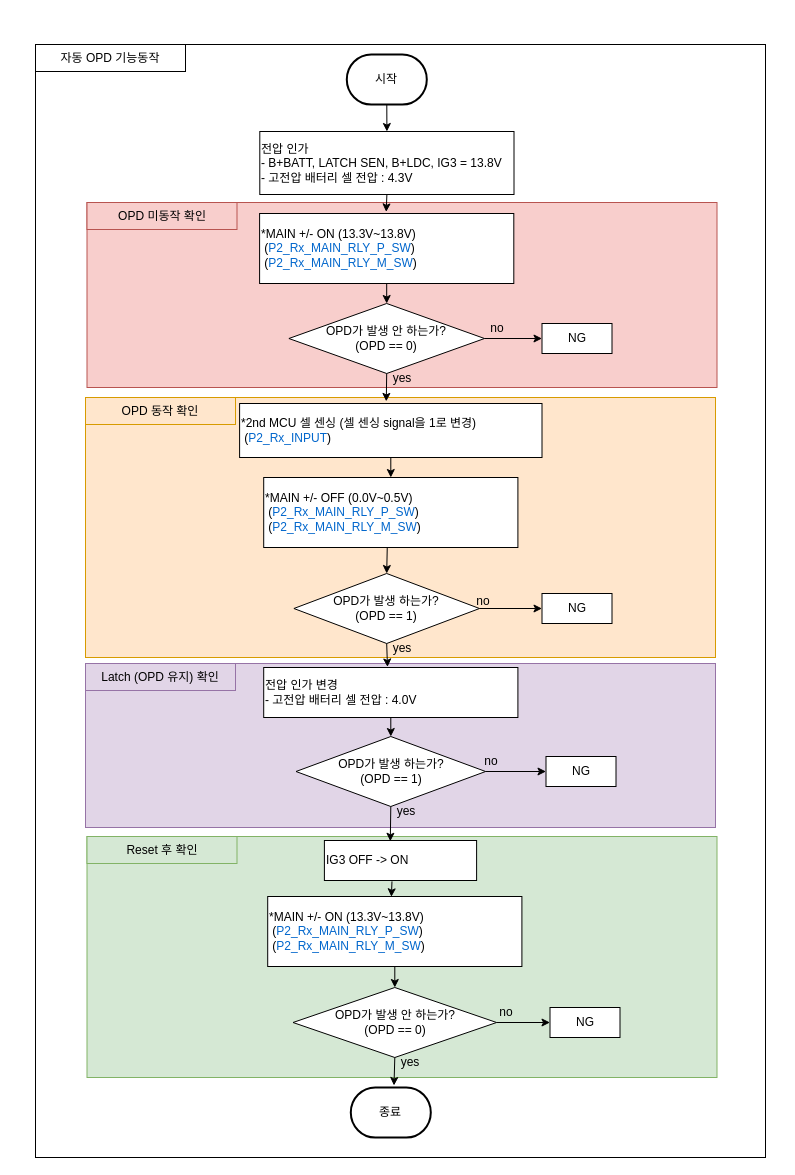
The draw.io diagram OPD 기능동작.drawio in chaeyoonl/state-transition-diagram-test, before the edit. Source tidied: cells renumbered, new cells numbered last; positions are measured from the earlier drawing's top-left corner, leaving out a move shared by most shapes. Both pictures are drawn from the tidied source at 100%, with x=0, y=0 at pixel (35, 44).
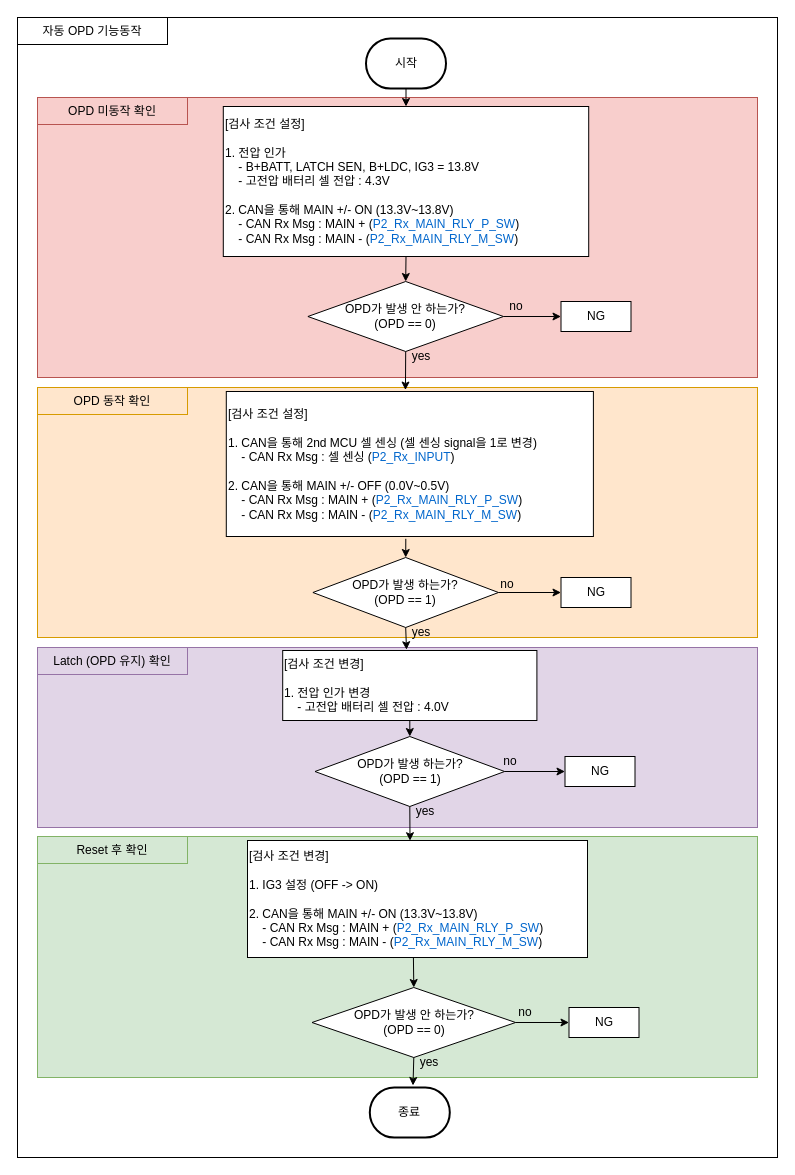
Above is the later version.

Commit message:
OPD 기능동작.drawio 업데이트

Diff of the diagram source:
```diff
@@
     <mxCell id="2" style="rounded=0;whiteSpace=wrap;html=1;align=left;" parent="1" vertex="1">
-      <mxGeometry width="730" height="1113" as="geometry" />
+      <mxGeometry x="-18" y="-27" width="760" height="1140" as="geometry" />
     </mxCell>
     <mxCell id="3" value="자동 OPD 기능동작" style="rounded=0;whiteSpace=wrap;html=1;align=center;" parent="1" vertex="1">
-      <mxGeometry width="150" height="27" as="geometry" />
+      <mxGeometry x="-18" y="-27" width="150" height="27" as="geometry" />
     </mxCell>
     <mxCell id="4" style="rounded=0;whiteSpace=wrap;html=1;align=left;fillColor=#ffe6cc;strokeColor=#d79b00;" parent="1" vertex="1">
-      <mxGeometry x="50" y="353" width="630" height="260" as="geometry" />
+      <mxGeometry x="2" y="343" width="720" height="250" as="geometry" />
     </mxCell>
     <mxCell id="5" value="OPD 동작 확인" style="rounded=0;whiteSpace=wrap;html=1;align=center;fillColor=#ffe6cc;strokeColor=#d79b00;" parent="1" vertex="1">
-      <mxGeometry x="50" y="353" width="150" height="27" as="geometry" />
+      <mxGeometry x="2" y="343" width="150" height="27" as="geometry" />
     </mxCell>
     <mxCell id="6" style="rounded=0;whiteSpace=wrap;html=1;align=left;fillColor=#f8cecc;strokeColor=#b85450;" parent="1" vertex="1">
-      <mxGeometry x="51.5" y="158" width="630" height="185" as="geometry" />
+      <mxGeometry x="2" y="53" width="720" height="280" as="geometry" />
     </mxCell>
     <mxCell id="7" value="OPD 미동작 확인" style="rounded=0;whiteSpace=wrap;html=1;align=center;fillColor=#f8cecc;strokeColor=#b85450;" parent="1" vertex="1">
-      <mxGeometry x="51.5" y="158" width="150" height="27" as="geometry" />
+      <mxGeometry x="2" y="53" width="150" height="27" as="geometry" />
     </mxCell>
     <mxCell id="8" style="rounded=0;whiteSpace=wrap;html=1;align=left;fillColor=#e1d5e7;strokeColor=#9673a6;" parent="1" vertex="1">
-      <mxGeometry x="50" y="619" width="630" height="164" as="geometry" />
+      <mxGeometry x="2" y="603" width="720" height="180" as="geometry" />
     </mxCell>
     <mxCell id="9" value="Latch (OPD 유지) 확인" style="rounded=0;whiteSpace=wrap;html=1;align=center;fillColor=#e1d5e7;strokeColor=#9673a6;" parent="1" vertex="1">
-      <mxGeometry x="50" y="619" width="150" height="27" as="geometry" />
+      <mxGeometry x="2" y="603" width="150" height="27" as="geometry" />
     </mxCell>
     <mxCell id="10" value="시작" style="strokeWidth=2;html=1;shape=mxgraph.flowchart.terminator;whiteSpace=wrap;" parent="1" vertex="1">
-      <mxGeometry x="311.3" y="10" width="80" height="50" as="geometry" />
+      <mxGeometry x="330.5" y="-6" width="80" height="50" as="geometry" />
     </mxCell>
-    <mxCell id="11" value="전압 인가&lt;br&gt;- B+BATT, LATCH SEN, B+LDC, IG3 = 13.8V&lt;br&gt;- 고전압 배터리 셀 전압 : 4.3V" style="rounded=0;whiteSpace=wrap;html=1;align=left;" parent="1" vertex="1">
-      <mxGeometry x="224.3" y="87" width="254.2" height="63" as="geometry" />
+    <mxCell id="11" value="[검사 조건 설정]&lt;br&gt;&lt;br&gt;1. 전압 인가&lt;br&gt;&amp;nbsp; &amp;nbsp; - B+BATT, LATCH SEN, B+LDC, IG3 = 13.8V&lt;br&gt;&amp;nbsp; &amp;nbsp; - 고전압 배터리 셀 전압 : 4.3V&lt;br&gt;&lt;br&gt;2. CAN을 통해 MAIN +/- ON (13.3V~13.8V)&lt;br style=&quot;border-color: var(--border-color);&quot;&gt;&amp;nbsp; &amp;nbsp; - CAN Rx Msg : MAIN +&amp;nbsp;&lt;span style=&quot;background-color: initial;&quot;&gt;(&lt;/span&gt;&lt;font style=&quot;background-color: initial; border-color: var(--border-color);&quot; color=&quot;#0066cc&quot;&gt;P2_Rx_MAIN_RLY_P_SW&lt;/font&gt;&lt;span style=&quot;background-color: initial;&quot;&gt;)&lt;/span&gt;&lt;br&gt;&amp;nbsp; &amp;nbsp; - CAN Rx Msg : MAIN -&amp;nbsp;&lt;span style=&quot;background-color: initial;&quot;&gt;(&lt;/span&gt;&lt;font style=&quot;background-color: initial; border-color: var(--border-color);&quot; color=&quot;#0066cc&quot;&gt;P2_Rx_MAIN_RLY_M_SW&lt;/font&gt;&lt;span style=&quot;background-color: initial;&quot;&gt;)&lt;/span&gt;" style="rounded=0;whiteSpace=wrap;html=1;align=left;" parent="1" vertex="1">
+      <mxGeometry x="187.8" y="62" width="365.4" height="150" as="geometry" />
     </mxCell>
@@
-    <mxCell id="13" style="endArrow=classic;html=1;rounded=0;exitX=0.5;exitY=1;exitDx=0;exitDy=0;entryX=0.498;entryY=-0.023;entryDx=0;entryDy=0;entryPerimeter=0;" parent="1" edge="1" source="11" target="14">
-      <mxGeometry relative="1" as="geometry" />
-    </mxCell>
-    <mxCell id="14" value="*MAIN +/- ON (13.3V~13.8V)&lt;br&gt;&lt;div&gt;&amp;nbsp;(&lt;font color=&quot;#0066cc&quot;&gt;P2_Rx_MAIN_RLY_P_SW&lt;/font&gt;)&lt;/div&gt;&lt;div&gt;&lt;span style=&quot;font-size: 12px;&quot;&gt;&amp;nbsp;(&lt;font color=&quot;#0066cc&quot;&gt;P2_Rx_MAIN_RLY_M_SW&lt;/font&gt;)&lt;/span&gt;&lt;/div&gt;" style="rounded=0;whiteSpace=wrap;html=1;align=left;" parent="1" vertex="1">
-      <mxGeometry x="224.1" y="169" width="254.2" height="70" as="geometry" />
-    </mxCell>
     <mxCell id="15" value="OPD가 발생 안 하는가?&lt;br&gt;(OPD == 0)" style="rhombus;whiteSpace=wrap;html=1;" parent="1" vertex="1">
-      <mxGeometry x="253.4" y="259" width="195.6" height="70" as="geometry" />
+      <mxGeometry x="272.4" y="237" width="195.6" height="70" as="geometry" />
     </mxCell>
     <mxCell id="16" value="NG" style="rounded=0;whiteSpace=wrap;html=1;align=center;" parent="1" vertex="1">
-      <mxGeometry x="506.5" y="279" width="70" height="30" as="geometry" />
+      <mxGeometry x="525.5" y="257" width="70" height="30" as="geometry" />
     </mxCell>
-    <mxCell id="17" value="*2nd MCU 셀 센싱 (셀 센싱 signal을 1로 변경)&lt;br&gt;&amp;nbsp;(&lt;font color=&quot;#0066cc&quot;&gt;P2_Rx_INPUT&lt;/font&gt;)" style="rounded=0;whiteSpace=wrap;html=1;align=left;" parent="1" vertex="1">
-      <mxGeometry x="204.1" y="359" width="302.4" height="54" as="geometry" />
+    <mxCell id="17" value="[검사 조건 설정]&lt;br&gt;&lt;br&gt;1. CAN을 통해 2nd MCU 셀 센싱 (셀 센싱 signal을 1로 변경)&lt;br&gt;&amp;nbsp; &amp;nbsp; - CAN Rx Msg : 셀 센싱&amp;nbsp;(&lt;font color=&quot;#0066cc&quot;&gt;P2_Rx_INPUT&lt;/font&gt;)&lt;br&gt;&lt;br&gt;2. CAN을 통해 MAIN +/- OFF (0.0V~0.5V)&lt;br style=&quot;border-color: var(--border-color);&quot;&gt;&amp;nbsp; &amp;nbsp; - CAN Rx Msg : MAIN +&amp;nbsp;&lt;span style=&quot;background-color: initial;&quot;&gt;(&lt;/span&gt;&lt;font style=&quot;background-color: initial; border-color: var(--border-color);&quot; color=&quot;#0066cc&quot;&gt;P2_Rx_MAIN_RLY_P_SW&lt;/font&gt;&lt;span style=&quot;background-color: initial;&quot;&gt;)&lt;/span&gt;&lt;br&gt;&amp;nbsp; &amp;nbsp; - CAN Rx Msg : MAIN -&amp;nbsp;&lt;span style=&quot;background-color: initial;&quot;&gt;(&lt;/span&gt;&lt;font style=&quot;background-color: initial; border-color: var(--border-color);&quot; color=&quot;#0066cc&quot;&gt;P2_Rx_MAIN_RLY_M_SW&lt;/font&gt;&lt;span style=&quot;background-color: initial;&quot;&gt;)&lt;/span&gt;" style="rounded=0;whiteSpace=wrap;html=1;align=left;" parent="1" vertex="1">
+      <mxGeometry x="190.8" y="347" width="367.1" height="145" as="geometry" />
     </mxCell>
-    <mxCell id="18" style="endArrow=classic;html=1;rounded=0;exitX=0.5;exitY=1;exitDx=0;exitDy=0;entryX=0.5;entryY=0;entryDx=0;entryDy=0;" parent="1" edge="1" source="14" target="15">
+    <mxCell id="18" style="endArrow=classic;html=1;rounded=0;exitX=0.5;exitY=1;exitDx=0;exitDy=0;entryX=0.5;entryY=0;entryDx=0;entryDy=0;" parent="1" edge="1" source="11" target="15">
       <mxGeometry relative="1" as="geometry" />
     </mxCell>
@@
-    <mxCell id="20" style="endArrow=classic;html=1;rounded=0;exitX=0.5;exitY=1;exitDx=0;exitDy=0;entryX=0.485;entryY=-0.039;entryDx=0;entryDy=0;entryPerimeter=0;" parent="1" edge="1" source="15" target="17">
+    <mxCell id="20" style="endArrow=classic;html=1;rounded=0;exitX=0.5;exitY=1;exitDx=0;exitDy=0;entryX=0.488;entryY=-0.01;entryDx=0;entryDy=0;entryPerimeter=0;" parent="1" edge="1" source="15" target="17">
       <mxGeometry relative="1" as="geometry" />
     </mxCell>
     <mxCell id="21" value="no" style="text;html=1;strokeColor=none;fillColor=none;align=center;verticalAlign=middle;whiteSpace=wrap;rounded=0;" parent="1" vertex="1">
-      <mxGeometry x="432" y="269" width="60" height="30" as="geometry" />
+      <mxGeometry x="451" y="247" width="60" height="30" as="geometry" />
     </mxCell>
     <mxCell id="22" value="yes" style="text;html=1;strokeColor=none;fillColor=none;align=center;verticalAlign=middle;whiteSpace=wrap;rounded=0;fontStyle=0;" parent="1" vertex="1">
-      <mxGeometry x="336.5" y="319" width="60" height="30" as="geometry" />
+      <mxGeometry x="355.5" y="297" width="60" height="30" as="geometry" />
     </mxCell>
-    <mxCell id="23" value="*MAIN +/- OFF (0.0V~0.5V)&lt;br&gt;&lt;div&gt;&amp;nbsp;(&lt;font color=&quot;#0066cc&quot;&gt;P2_Rx_MAIN_RLY_P_SW&lt;/font&gt;)&lt;/div&gt;&lt;div&gt;&lt;span style=&quot;font-size: 12px;&quot;&gt;&amp;nbsp;(&lt;font color=&quot;#0066cc&quot;&gt;P2_Rx_MAIN_RLY_M_SW&lt;/font&gt;)&lt;/span&gt;&lt;/div&gt;" style="rounded=0;whiteSpace=wrap;html=1;align=left;" parent="1" vertex="1">
-      <mxGeometry x="228.2" y="433" width="254.2" height="70" as="geometry" />
-    </mxCell>
     <mxCell id="24" value="OPD가 발생 하는가?&lt;br&gt;(OPD == 1)" style="rhombus;whiteSpace=wrap;html=1;" parent="1" vertex="1">
-      <mxGeometry x="258.4" y="529" width="185.6" height="70" as="geometry" />
+      <mxGeometry x="277.4" y="513" width="185.6" height="70" as="geometry" />
     </mxCell>
     <mxCell id="25" value="NG" style="rounded=0;whiteSpace=wrap;html=1;align=center;" parent="1" vertex="1">
-      <mxGeometry x="506.5" y="549" width="70" height="30" as="geometry" />
+      <mxGeometry x="525.5" y="533" width="70" height="30" as="geometry" />
     </mxCell>
@@
     <mxCell id="28" value="no" style="text;html=1;strokeColor=none;fillColor=none;align=center;verticalAlign=middle;whiteSpace=wrap;rounded=0;" parent="1" vertex="1">
-      <mxGeometry x="417.6" y="541.5" width="60" height="30" as="geometry" />
+      <mxGeometry x="441.6" y="524.5" width="60" height="30" as="geometry" />
     </mxCell>
     <mxCell id="29" value="yes" style="text;html=1;strokeColor=none;fillColor=none;align=center;verticalAlign=middle;whiteSpace=wrap;rounded=0;fontStyle=0;" parent="1" vertex="1">
-      <mxGeometry x="336.5" y="589" width="60" height="30" as="geometry" />
+      <mxGeometry x="355.5" y="573" width="60" height="30" as="geometry" />
     </mxCell>
-    <mxCell id="30" style="endArrow=classic;html=1;rounded=0;exitX=0.5;exitY=1;exitDx=0;exitDy=0;entryX=0.5;entryY=0;entryDx=0;entryDy=0;" parent="1" edge="1" source="17" target="23">
-      <mxGeometry relative="1" as="geometry" />
-    </mxCell>
-    <mxCell id="31" style="endArrow=classic;html=1;rounded=0;exitX=0.486;exitY=1.007;exitDx=0;exitDy=0;entryX=0.5;entryY=0;entryDx=0;entryDy=0;exitPerimeter=0;" parent="1" edge="1" source="23" target="24">
+    <mxCell id="31" style="endArrow=classic;html=1;rounded=0;exitX=0.489;exitY=1.016;exitDx=0;exitDy=0;entryX=0.5;entryY=0;entryDx=0;entryDy=0;exitPerimeter=0;" parent="1" edge="1" source="17" target="24">
       <mxGeometry relative="1" as="geometry" />
     </mxCell>
     <mxCell id="32" style="rounded=0;whiteSpace=wrap;html=1;align=left;fillColor=#d5e8d4;strokeColor=#82b366;" parent="1" vertex="1">
-      <mxGeometry x="51.5" y="792" width="630" height="241" as="geometry" />
+      <mxGeometry x="2" y="792" width="720" height="241" as="geometry" />
     </mxCell>
     <mxCell id="33" value="Reset 후 확인" style="rounded=0;whiteSpace=wrap;html=1;align=center;fillColor=#d5e8d4;strokeColor=#82b366;" parent="1" vertex="1">
-      <mxGeometry x="51.5" y="792" width="150" height="27" as="geometry" />
+      <mxGeometry x="2" y="792" width="150" height="27" as="geometry" />
     </mxCell>
-    <mxCell id="34" value="전압 인가 변경&lt;br&gt;- 고전압 배터리 셀 전압 : 4.0V" style="rounded=0;whiteSpace=wrap;html=1;align=left;" parent="1" vertex="1">
-      <mxGeometry x="228.2" y="623" width="254.2" height="50" as="geometry" />
+    <mxCell id="34" value="[검사 조건 변경]&lt;br&gt;&lt;br&gt;1. 전압 인가 변경&lt;br&gt;&amp;nbsp; &amp;nbsp; - 고전압 배터리 셀 전압 : 4.0V" style="rounded=0;whiteSpace=wrap;html=1;align=left;" parent="1" vertex="1">
+      <mxGeometry x="247.2" y="606" width="254.2" height="70" as="geometry" />
     </mxCell>
     <mxCell id="35" value="OPD가 발생 하는가?&lt;br style=&quot;border-color: var(--border-color);&quot;&gt;(OPD == 1)" style="rhombus;whiteSpace=wrap;html=1;" parent="1" vertex="1">
-      <mxGeometry x="260.5" y="692" width="189.6" height="70" as="geometry" />
+      <mxGeometry x="279.5" y="692" width="189.6" height="70" as="geometry" />
     </mxCell>
     <mxCell id="36" value="NG" style="rounded=0;whiteSpace=wrap;html=1;align=center;" parent="1" vertex="1">
-      <mxGeometry x="510.5" y="712" width="70" height="30" as="geometry" />
+      <mxGeometry x="529.5" y="712" width="70" height="30" as="geometry" />
     </mxCell>
@@
-    <mxCell id="38" style="endArrow=classic;html=1;rounded=0;exitX=0.5;exitY=1;exitDx=0;exitDy=0;entryX=0.433;entryY=0.019;entryDx=0;entryDy=0;entryPerimeter=0;" parent="1" edge="1" source="35" target="41">
+    <mxCell id="38" style="endArrow=classic;html=1;rounded=0;exitX=0.5;exitY=1;exitDx=0;exitDy=0;entryX=0.478;entryY=0.002;entryDx=0;entryDy=0;entryPerimeter=0;" parent="1" edge="1" source="35" target="41">
       <mxGeometry relative="1" as="geometry" />
     </mxCell>
     <mxCell id="39" value="no" style="text;html=1;strokeColor=none;fillColor=none;align=center;verticalAlign=middle;whiteSpace=wrap;rounded=0;" parent="1" vertex="1">
-      <mxGeometry x="426.4" y="702" width="60" height="30" as="geometry" />
+      <mxGeometry x="445.4" y="702" width="60" height="30" as="geometry" />
     </mxCell>
     <mxCell id="40" value="yes" style="text;html=1;strokeColor=none;fillColor=none;align=center;verticalAlign=middle;whiteSpace=wrap;rounded=0;fontStyle=0;" parent="1" vertex="1">
-      <mxGeometry x="340.5" y="752" width="60" height="30" as="geometry" />
+      <mxGeometry x="359.5" y="752" width="60" height="30" as="geometry" />
     </mxCell>
-    <mxCell id="41" value="IG3 OFF -&amp;gt; ON" style="rounded=0;whiteSpace=wrap;html=1;align=left;" parent="1" vertex="1">
-      <mxGeometry x="288.9" y="796" width="152.2" height="40" as="geometry" />
+    <mxCell id="41" value="[검사 조건 변경]&lt;br&gt;&lt;br&gt;1. IG3 설정 (OFF -&amp;gt; ON)&lt;br&gt;&lt;br&gt;2. CAN을 통해 MAIN +/- ON (13.3V~13.8V)&lt;br style=&quot;border-color: var(--border-color);&quot;&gt;&amp;nbsp; &amp;nbsp; - CAN Rx Msg : MAIN +&amp;nbsp;&lt;span style=&quot;background-color: initial;&quot;&gt;(&lt;/span&gt;&lt;font style=&quot;background-color: initial; border-color: var(--border-color);&quot; color=&quot;#0066cc&quot;&gt;P2_Rx_MAIN_RLY_P_SW&lt;/font&gt;&lt;span style=&quot;background-color: initial;&quot;&gt;)&lt;/span&gt;&lt;br&gt;&amp;nbsp; &amp;nbsp; - CAN Rx Msg : MAIN -&amp;nbsp;&lt;span style=&quot;background-color: initial;&quot;&gt;(&lt;/span&gt;&lt;font style=&quot;background-color: initial; border-color: var(--border-color);&quot; color=&quot;#0066cc&quot;&gt;P2_Rx_MAIN_RLY_M_SW&lt;/font&gt;&lt;span style=&quot;background-color: initial;&quot;&gt;)&lt;/span&gt;" style="rounded=0;whiteSpace=wrap;html=1;align=left;" parent="1" vertex="1">
+      <mxGeometry x="212" y="796" width="340" height="117" as="geometry" />
     </mxCell>
-    <mxCell id="42" value="*MAIN +/- ON (13.3V~13.8V)&lt;br&gt;&lt;div&gt;&amp;nbsp;(&lt;font color=&quot;#0066cc&quot;&gt;P2_Rx_MAIN_RLY_P_SW&lt;/font&gt;)&lt;/div&gt;&lt;div&gt;&lt;span style=&quot;font-size: 12px;&quot;&gt;&amp;nbsp;(&lt;font color=&quot;#0066cc&quot;&gt;P2_Rx_MAIN_RLY_M_SW&lt;/font&gt;)&lt;/span&gt;&lt;/div&gt;" style="rounded=0;whiteSpace=wrap;html=1;align=left;" parent="1" vertex="1">
-      <mxGeometry x="232.2" y="852" width="254.2" height="70" as="geometry" />
-    </mxCell>
     <mxCell id="43" value="OPD가 발생 안 하는가?&lt;br style=&quot;border-color: var(--border-color);&quot;&gt;(OPD == 0)" style="rhombus;whiteSpace=wrap;html=1;" parent="1" vertex="1">
-      <mxGeometry x="257.5" y="943" width="203.6" height="70" as="geometry" />
+      <mxGeometry x="276.5" y="943" width="203.6" height="70" as="geometry" />
     </mxCell>
     <mxCell id="44" value="NG" style="rounded=0;whiteSpace=wrap;html=1;align=center;" parent="1" vertex="1">
-      <mxGeometry x="514.5" y="963" width="70" height="30" as="geometry" />
+      <mxGeometry x="533.5" y="963" width="70" height="30" as="geometry" />
     </mxCell>
@@
     <mxCell id="47" value="no" style="text;html=1;strokeColor=none;fillColor=none;align=center;verticalAlign=middle;whiteSpace=wrap;rounded=0;" parent="1" vertex="1">
-      <mxGeometry x="441.1" y="953" width="60" height="30" as="geometry" />
+      <mxGeometry x="460.1" y="953" width="60" height="30" as="geometry" />
     </mxCell>
     <mxCell id="48" value="yes" style="text;html=1;strokeColor=none;fillColor=none;align=center;verticalAlign=middle;whiteSpace=wrap;rounded=0;fontStyle=0;" parent="1" vertex="1">
-      <mxGeometry x="344.5" y="1003" width="60" height="30" as="geometry" />
+      <mxGeometry x="363.5" y="1003" width="60" height="30" as="geometry" />
     </mxCell>
     <mxCell id="49" value="종료" style="strokeWidth=2;html=1;shape=mxgraph.flowchart.terminator;whiteSpace=wrap;" parent="1" vertex="1">
-      <mxGeometry x="315.3" y="1043" width="80" height="50" as="geometry" />
+      <mxGeometry x="334.3" y="1043" width="80" height="50" as="geometry" />
     </mxCell>
@@
-    <mxCell id="51" style="endArrow=classic;html=1;rounded=0;exitX=0.444;exitY=1.023;exitDx=0;exitDy=0;entryX=0.522;entryY=0.004;entryDx=0;entryDy=0;entryPerimeter=0;exitPerimeter=0;" parent="1" edge="1" source="41">
-      <mxGeometry relative="1" as="geometry">
-        <mxPoint x="355.9" y="852.3" as="targetPoint" />
-      </mxGeometry>
-    </mxCell>
-    <mxCell id="52" style="endArrow=classic;html=1;rounded=0;exitX=0.5;exitY=1;exitDx=0;exitDy=0;entryX=0.5;entryY=0;entryDx=0;entryDy=0;" parent="1" edge="1" source="42" target="43">
+    <mxCell id="52" style="endArrow=classic;html=1;rounded=0;exitX=0.488;exitY=1.002;exitDx=0;exitDy=0;entryX=0.5;entryY=0;entryDx=0;entryDy=0;exitPerimeter=0;" parent="1" edge="1" source="41" target="43">
       <mxGeometry relative="1" as="geometry" />
     </mxCell>
```
